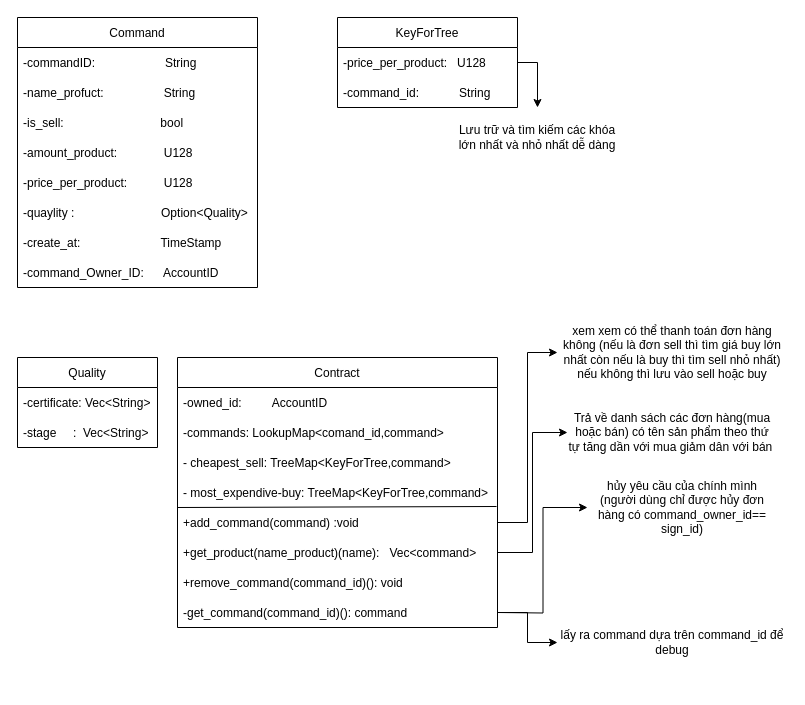
Earlier version of the draw.io diagram So_do_thiet_ke_lop.drawio (LTBach/Blockchain_in_Manufacturing). Source tidied: cells renumbered, new cells numbered last; positions are measured from the earlier drawing's top-left corner, leaving out a move shared by most shapes. Both pictures are drawn from the tidied source at 100%, with x=0, y=0 at pixel (17, 17).
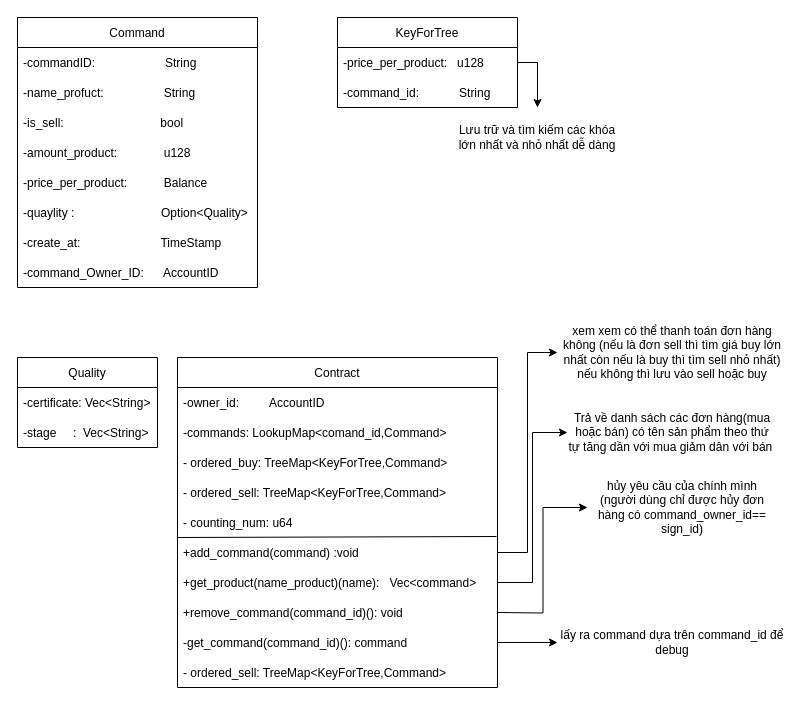
After the change.

The change refers to these unchanged cells:
```xml
<mxCell id="2" value="Command" style="swimlane;fontStyle=0;horizontal=1;startSize=30;" parent="1" vertex="1">
  <mxGeometry width="240" height="270" as="geometry" />
</mxCell>
<mxCell id="25" value="KeyForTree" style="swimlane;fontStyle=0;horizontal=1;startSize=30;" parent="1" vertex="1">
  <mxGeometry x="320" width="180" height="90" as="geometry" />
</mxCell>
```

Diff of the diagram source:
```diff
@@
-    <mxCell id="6" value="-amount_product:              U128" style="text;strokeColor=none;fillColor=none;align=left;verticalAlign=middle;spacingLeft=4;spacingRight=4;overflow=hidden;" parent="2" vertex="1">
+    <mxCell id="6" value="-amount_product:              u128" style="text;strokeColor=none;fillColor=none;align=left;verticalAlign=middle;spacingLeft=4;spacingRight=4;overflow=hidden;" parent="2" vertex="1">
       <mxGeometry y="120" width="240" height="30" as="geometry" />
     </mxCell>
-    <mxCell id="7" value="-price_per_product:           U128" style="text;strokeColor=none;fillColor=none;align=left;verticalAlign=middle;spacingLeft=4;spacingRight=4;overflow=hidden;" parent="2" vertex="1">
+    <mxCell id="7" value="-price_per_product:           Balance" style="text;strokeColor=none;fillColor=none;align=left;verticalAlign=middle;spacingLeft=4;spacingRight=4;overflow=hidden;" parent="2" vertex="1">
       <mxGeometry y="150" width="240" height="30" as="geometry" />
     </mxCell>
@@
     <mxCell id="14" value="Contract" style="swimlane;fontStyle=0;horizontal=1;startSize=30;" parent="1" vertex="1">
-      <mxGeometry x="160" y="340" width="320" height="270" as="geometry" />
+      <mxGeometry x="160" y="340" width="320" height="330" as="geometry" />
     </mxCell>
-    <mxCell id="15" value="-owned_id:         AccountID" style="text;strokeColor=none;fillColor=none;align=left;verticalAlign=middle;spacingLeft=4;spacingRight=4;overflow=hidden;" parent="14" vertex="1">
+    <mxCell id="15" value="-owner_id:         AccountID" style="text;strokeColor=none;fillColor=none;align=left;verticalAlign=middle;spacingLeft=4;spacingRight=4;overflow=hidden;" parent="14" vertex="1">
       <mxGeometry y="30" width="320" height="30" as="geometry" />
     </mxCell>
-    <mxCell id="16" value="-commands: LookupMap&lt;comand_id,command&gt;" style="text;strokeColor=none;fillColor=none;align=left;verticalAlign=middle;spacingLeft=4;spacingRight=4;overflow=hidden;" parent="14" vertex="1">
+    <mxCell id="16" value="-commands: LookupMap&lt;comand_id,Command&gt;" style="text;strokeColor=none;fillColor=none;align=left;verticalAlign=middle;spacingLeft=4;spacingRight=4;overflow=hidden;" parent="14" vertex="1">
       <mxGeometry y="60" width="320" height="30" as="geometry" />
     </mxCell>
-    <mxCell id="17" value="- cheapest_sell: TreeMap&lt;KeyForTree,command&gt;" style="text;strokeColor=none;fillColor=none;align=left;verticalAlign=middle;spacingLeft=4;spacingRight=4;overflow=hidden;" parent="14" vertex="1">
+    <mxCell id="17" value="- ordered_buy: TreeMap&lt;KeyForTree,Command&gt;" style="text;strokeColor=none;fillColor=none;align=left;verticalAlign=middle;spacingLeft=4;spacingRight=4;overflow=hidden;" parent="14" vertex="1">
       <mxGeometry y="90" width="320" height="30" as="geometry" />
     </mxCell>
-    <mxCell id="18" value="- most_expendive-buy: TreeMap&lt;KeyForTree,command&gt;" style="text;strokeColor=none;fillColor=none;align=left;verticalAlign=middle;spacingLeft=4;spacingRight=4;overflow=hidden;" parent="14" vertex="1">
+    <mxCell id="18" value="- ordered_sell: TreeMap&lt;KeyForTree,Command&gt;" style="text;strokeColor=none;fillColor=none;align=left;verticalAlign=middle;spacingLeft=4;spacingRight=4;overflow=hidden;" parent="14" vertex="1">
       <mxGeometry y="120" width="320" height="30" as="geometry" />
     </mxCell>
+    <mxCell id="38" value="- counting_num: u64" style="text;strokeColor=none;fillColor=none;align=left;verticalAlign=middle;spacingLeft=4;spacingRight=4;overflow=hidden;" parent="14" vertex="1">
+      <mxGeometry y="150" width="320" height="30" as="geometry" />
+    </mxCell>
     <mxCell id="19" value="+add_command(command) :void" style="text;strokeColor=none;fillColor=none;align=left;verticalAlign=middle;spacingLeft=4;spacingRight=4;overflow=hidden;points=[[0,0.5],[1,0.5]];portConstraint=eastwest;" parent="14" vertex="1">
-      <mxGeometry y="150" width="320" height="30" as="geometry" />
+      <mxGeometry y="180" width="320" height="30" as="geometry" />
     </mxCell>
     <mxCell id="20" value="+get_product(name_product)(name):   Vec&lt;command&gt;" style="text;strokeColor=none;fillColor=none;align=left;verticalAlign=middle;spacingLeft=4;spacingRight=4;overflow=hidden;points=[[0,0.5],[1,0.5]];portConstraint=eastwest;" parent="14" vertex="1">
-      <mxGeometry y="180" width="320" height="30" as="geometry" />
+      <mxGeometry y="210" width="320" height="30" as="geometry" />
     </mxCell>
     <mxCell id="21" value="+remove_command(command_id)(): void" style="text;strokeColor=none;fillColor=none;align=left;verticalAlign=middle;spacingLeft=4;spacingRight=4;overflow=hidden;" parent="14" vertex="1">
-      <mxGeometry y="210" width="320" height="30" as="geometry" />
+      <mxGeometry y="240" width="320" height="30" as="geometry" />
     </mxCell>
     <mxCell id="22" value="-get_command(command_id)(): command" style="text;strokeColor=none;fillColor=none;align=left;verticalAlign=middle;spacingLeft=4;spacingRight=4;overflow=hidden;points=[[0,0.5],[1,0.5]];portConstraint=eastwest;" parent="14" vertex="1">
-      <mxGeometry y="240" width="320" height="30" as="geometry" />
+      <mxGeometry y="270" width="320" height="30" as="geometry" />
     </mxCell>
@@
+    <mxCell id="39" value="- ordered_sell: TreeMap&lt;KeyForTree,Command&gt;" style="text;strokeColor=none;fillColor=none;align=left;verticalAlign=middle;spacingLeft=4;spacingRight=4;overflow=hidden;" parent="14" vertex="1">
+      <mxGeometry y="300" width="320" height="30" as="geometry" />
+    </mxCell>
@@
-    <mxCell id="26" value="-price_per_product:   U128" style="text;strokeColor=none;fillColor=none;align=left;verticalAlign=middle;spacingLeft=4;spacingRight=4;overflow=hidden;points=[[0,0.5],[1,0.5]];portConstraint=eastwest;" parent="25" vertex="1">
+    <mxCell id="26" value="-price_per_product:   u128" style="text;strokeColor=none;fillColor=none;align=left;verticalAlign=middle;spacingLeft=4;spacingRight=4;overflow=hidden;points=[[0,0.5],[1,0.5]];portConstraint=eastwest;" parent="25" vertex="1">
       <mxGeometry y="30" width="180" height="30" as="geometry" />
     </mxCell>
```
